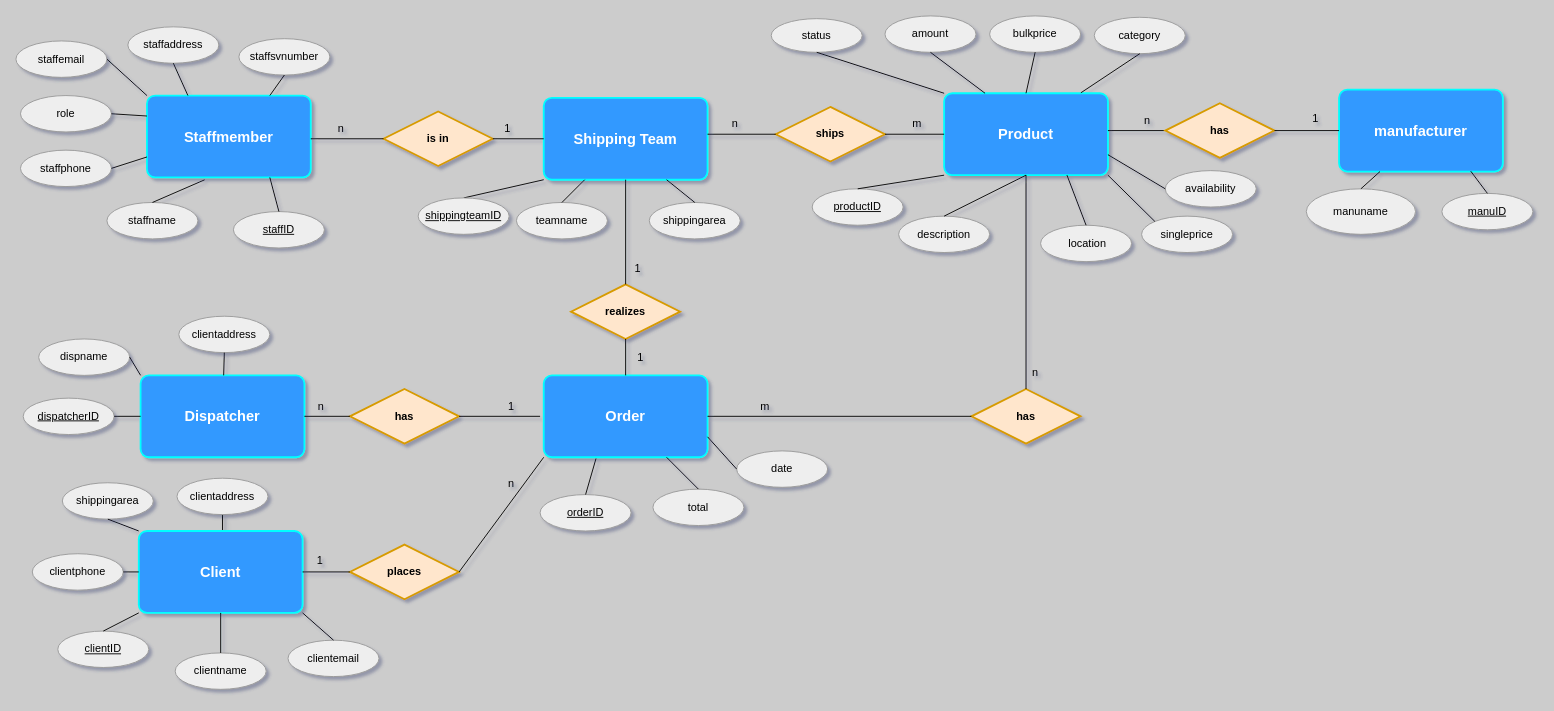
Above: re_diagram.drawio in CodeFactoryWien/WF-Java-05 (draw.io), before the change. Source tidied: cells renumbered, new cells numbered last; positions are measured from the earlier drawing's top-left corner, leaving out a move shared by most shapes. Both pictures are drawn from the tidied source at 91%, with x=0, y=0 at pixel (15, 15).
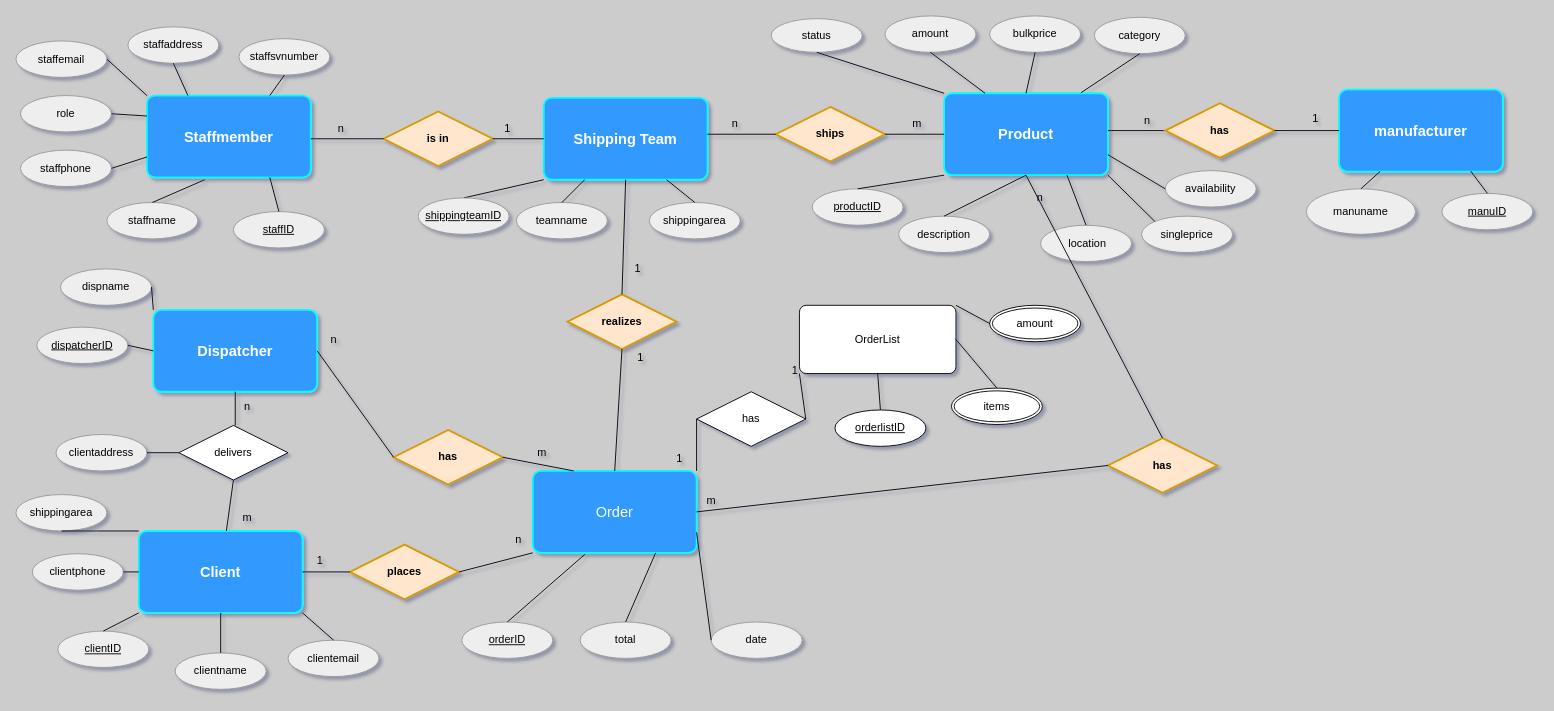
Above is the later version.

Unchanged cells that the change refers to:
```xml
<mxCell id="22" value="Client" style="rounded=1;arcSize=10;whiteSpace=wrap;html=1;align=center;strokeColor=#00FFFF;strokeWidth=2;fillColor=#3399FF;gradientColor=none;fontSize=16;fontColor=#FFFFFF;fontStyle=1;fixDash=0;shadow=0;" parent="1" vertex="1">
  <mxGeometry x="135" y="566" width="180" height="90" as="geometry" />
</mxCell>
```

Diff of the diagram source:
```diff
@@
-    <mxCell id="16" value="&lt;b&gt;Order&lt;/b&gt;" style="rounded=1;arcSize=10;whiteSpace=wrap;html=1;align=center;strokeColor=#00FFFF;strokeWidth=2;fillColor=#3399FF;gradientColor=none;fontSize=16;fontColor=#FFFFFF;fixDash=0;shadow=0;" parent="1" vertex="1">
-      <mxGeometry x="580" y="395" width="180" height="90" as="geometry" />
+    <mxCell id="16" value="Order" style="rounded=1;arcSize=10;whiteSpace=wrap;html=1;align=center;strokeColor=#00FFFF;strokeWidth=2;fillColor=#3399FF;gradientColor=none;fontSize=16;fontColor=#FFFFFF;fixDash=0;shadow=0;" parent="1" vertex="1">
+      <mxGeometry x="568" y="500" width="180" height="90" as="geometry" />
     </mxCell>
@@
     <mxCell id="18" value="total" style="ellipse;whiteSpace=wrap;html=1;align=center;shadow=0;strokeColor=#999999;fillColor=#eeeeee;fixDash=0;" parent="1" vertex="1">
-      <mxGeometry x="700" y="520" width="100" height="40" as="geometry" />
+      <mxGeometry x="620" y="666" width="100" height="40" as="geometry" />
     </mxCell>
     <mxCell id="19" value="date" style="ellipse;whiteSpace=wrap;html=1;align=center;shadow=0;strokeColor=#999999;fillColor=#eeeeee;fixDash=0;" parent="1" vertex="1">
-      <mxGeometry x="792" y="478" width="100" height="40" as="geometry" />
+      <mxGeometry x="764" y="666" width="100" height="40" as="geometry" />
     </mxCell>
     <mxCell id="20" value="&lt;u&gt;orderID&lt;/u&gt;" style="ellipse;whiteSpace=wrap;html=1;align=center;shadow=0;strokeColor=#999999;fillColor=#eeeeee;fixDash=0;" parent="1" vertex="1">
-      <mxGeometry x="576" y="526" width="100" height="40" as="geometry" />
+      <mxGeometry x="490" y="666" width="100" height="40" as="geometry" />
     </mxCell>
-    <mxCell id="21" style="edgeStyle=orthogonalEdgeStyle;rounded=0;jettySize=auto;html=1;exitX=0.5;exitY=0;exitDx=0;exitDy=0;entryX=0.5;entryY=1;entryDx=0;entryDy=0;shadow=1;fontSize=16;fontColor=#FFFFFF;endArrow=none;endFill=0;" parent="1" edge="1" source="22" target="109">
-      <mxGeometry relative="1" as="geometry" />
-    </mxCell>
@@
     <mxCell id="25" value="clientaddress" style="ellipse;whiteSpace=wrap;html=1;align=center;shadow=0;strokeColor=#999999;fillColor=#eeeeee;fixDash=0;" parent="1" vertex="1">
-      <mxGeometry x="179" y="330" width="100" height="40" as="geometry" />
+      <mxGeometry x="44" y="460" width="100" height="40" as="geometry" />
     </mxCell>
@@
     <mxCell id="29" value="shippingarea" style="ellipse;whiteSpace=wrap;html=1;align=center;shadow=0;strokeColor=#999999;fillColor=#eeeeee;fixDash=0;" parent="1" vertex="1">
-      <mxGeometry x="51" y="513" width="100" height="40" as="geometry" />
+      <mxGeometry y="526" width="100" height="40" as="geometry" />
     </mxCell>
     <mxCell id="30" value="Dispatcher" style="rounded=1;arcSize=10;whiteSpace=wrap;html=1;align=center;strokeColor=#00FFFF;strokeWidth=2;fillColor=#3399FF;gradientColor=none;fontStyle=1;fontSize=16;fontColor=#FFFFFF;fixDash=0;shadow=0;" parent="1" vertex="1">
-      <mxGeometry x="137" y="395" width="180" height="90" as="geometry" />
+      <mxGeometry x="151" y="323" width="180" height="90" as="geometry" />
     </mxCell>
@@
     <mxCell id="32" value="&lt;u&gt;dispatcherID&lt;/u&gt;" style="ellipse;whiteSpace=wrap;html=1;align=center;shadow=0;strokeColor=#999999;fillColor=#eeeeee;fixDash=0;" parent="1" vertex="1">
-      <mxGeometry x="8" y="420" width="100" height="40" as="geometry" />
+      <mxGeometry x="23" y="342" width="100" height="40" as="geometry" />
     </mxCell>
     <mxCell id="33" value="dispname" style="ellipse;whiteSpace=wrap;html=1;align=center;shadow=0;strokeColor=#999999;fillColor=#eeeeee;fixDash=0;" parent="1" vertex="1">
-      <mxGeometry x="25" y="355" width="100" height="40" as="geometry" />
+      <mxGeometry x="49" y="278" width="100" height="40" as="geometry" />
     </mxCell>
@@
     <mxCell id="70" value="realizes" style="shape=rhombus;perimeter=rhombusPerimeter;whiteSpace=wrap;html=1;align=center;strokeColor=#d79b00;strokeWidth=2;fillColor=#ffe6cc;fontStyle=1;fixDash=0;shadow=0;" parent="1" vertex="1">
-      <mxGeometry x="610" y="295" width="120" height="60" as="geometry" />
+      <mxGeometry x="606" y="306" width="120" height="60" as="geometry" />
     </mxCell>
@@
     <mxCell id="77" value="has" style="shape=rhombus;perimeter=rhombusPerimeter;whiteSpace=wrap;html=1;align=center;strokeColor=#d79b00;strokeWidth=2;fillColor=#ffe6cc;fontStyle=1;fixDash=0;shadow=0;" parent="1" vertex="1">
-      <mxGeometry x="1050" y="410" width="120" height="60" as="geometry" />
+      <mxGeometry x="1200" y="464" width="120" height="60" as="geometry" />
     </mxCell>
@@
     <mxCell id="81" value="m" style="text;html=1;align=center;verticalAlign=middle;fixDash=0;shadow=0;" parent="1" vertex="1">
-      <mxGeometry x="813" y="421" width="20" height="18" as="geometry" />
+      <mxGeometry x="754" y="524" width="20" height="18" as="geometry" />
     </mxCell>
     <mxCell id="82" value="n" style="text;html=1;align=center;verticalAlign=middle;fixDash=0;shadow=0;" parent="1" vertex="1">
-      <mxGeometry x="1110" y="382" width="20" height="20" as="geometry" />
+      <mxGeometry x="1115" y="190" width="20" height="20" as="geometry" />
     </mxCell>
@@
     <mxCell id="85" value="n" style="text;html=1;align=center;verticalAlign=middle;fixDash=0;shadow=0;" parent="1" vertex="1">
-      <mxGeometry x="534" y="504" width="20" height="20" as="geometry" />
+      <mxGeometry x="542" y="566" width="20" height="20" as="geometry" />
     </mxCell>
@@
     <mxCell id="89" value="has" style="shape=rhombus;perimeter=rhombusPerimeter;whiteSpace=wrap;html=1;align=center;strokeColor=#d79b00;strokeWidth=2;fillColor=#ffe6cc;fontStyle=1;fixDash=0;shadow=0;" parent="1" vertex="1">
-      <mxGeometry x="367" y="410" width="120" height="60" as="geometry" />
+      <mxGeometry x="415" y="455" width="120" height="60" as="geometry" />
     </mxCell>
@@
-    <mxCell id="91" style="endArrow=none;html=1;rounded=0;exitX=1;exitY=0.5;exitDx=0;exitDy=0;fixDash=0;shadow=0;" parent="1" edge="1" source="89">
-      <mxGeometry relative="1" as="geometry">
-        <mxPoint x="576" y="440" as="targetPoint" />
-      </mxGeometry>
+    <mxCell id="91" style="endArrow=none;html=1;rounded=0;exitX=1;exitY=0.5;exitDx=0;exitDy=0;fixDash=0;shadow=0;entryX=0.25;entryY=0;entryDx=0;entryDy=0;" parent="1" edge="1" source="89" target="16">
+      <mxGeometry relative="1" as="geometry" />
     </mxCell>
@@
-    <mxCell id="93" value="1" style="text;html=1;align=center;verticalAlign=middle;fixDash=0;shadow=0;" parent="1" vertex="1">
-      <mxGeometry x="534" y="420" width="20" height="20" as="geometry" />
+    <mxCell id="93" value="m" style="text;html=1;align=center;verticalAlign=middle;fixDash=0;shadow=0;" parent="1" vertex="1">
+      <mxGeometry x="568" y="471" width="20" height="18" as="geometry" />
     </mxCell>
     <mxCell id="94" value="n" style="text;html=1;align=center;verticalAlign=middle;fixDash=0;shadow=0;" parent="1" vertex="1">
-      <mxGeometry x="325" y="420" width="20" height="20" as="geometry" />
+      <mxGeometry x="339" y="346" width="20" height="20" as="geometry" />
     </mxCell>
-    <mxCell id="95" style="endArrow=none;html=1;rounded=0;entryX=0.5;entryY=1;entryDx=0;entryDy=0;fixDash=0;shadow=0;" parent="1" edge="1" source="30" target="25">
-      <mxGeometry relative="1" as="geometry" />
-    </mxCell>
@@
-    <mxCell id="109" value="clientaddress" style="ellipse;whiteSpace=wrap;html=1;align=center;shadow=0;strokeColor=#999999;fillColor=#eeeeee;fixDash=0;" parent="1" vertex="1">
-      <mxGeometry x="177" y="508" width="100" height="40" as="geometry" />
-    </mxCell>
+    <mxCell id="110" value="delivers" style="shape=rhombus;perimeter=rhombusPerimeter;whiteSpace=wrap;html=1;align=center;" parent="1" vertex="1">
+      <mxGeometry x="179" y="450" width="120" height="60" as="geometry" />
+    </mxCell>
+    <mxCell id="111" style="endArrow=none;html=1;rounded=0;exitX=1;exitY=0.5;exitDx=0;exitDy=0;entryX=0;entryY=0.5;entryDx=0;entryDy=0;" parent="1" edge="1" source="25" target="110">
+      <mxGeometry relative="1" as="geometry" />
+    </mxCell>
+    <mxCell id="112" style="endArrow=none;html=1;rounded=0;exitX=0.5;exitY=1;exitDx=0;exitDy=0;entryX=0.517;entryY=0;entryDx=0;entryDy=0;entryPerimeter=0;" parent="1" edge="1" source="30" target="110">
+      <mxGeometry relative="1" as="geometry" />
+    </mxCell>
+    <mxCell id="113" style="endArrow=none;html=1;rounded=0;exitX=0.5;exitY=1;exitDx=0;exitDy=0;" parent="1" edge="1" source="110" target="22">
+      <mxGeometry relative="1" as="geometry" />
+    </mxCell>
+    <mxCell id="114" value="n" style="text;html=1;align=center;verticalAlign=middle;" parent="1" vertex="1">
+      <mxGeometry x="245" y="420" width="17" height="18" as="geometry" />
+    </mxCell>
+    <mxCell id="115" value="m" style="text;html=1;align=center;verticalAlign=middle;" parent="1" vertex="1">
+      <mxGeometry x="244" y="542" width="20" height="18" as="geometry" />
+    </mxCell>
+    <mxCell id="116" value="OrderList" style="rounded=1;arcSize=10;whiteSpace=wrap;html=1;align=center;" parent="1" vertex="1">
+      <mxGeometry x="861" y="318" width="172" height="75" as="geometry" />
+    </mxCell>
+    <mxCell id="117" value="has" style="shape=rhombus;perimeter=rhombusPerimeter;whiteSpace=wrap;html=1;align=center;" parent="1" vertex="1">
+      <mxGeometry x="748" y="413" width="120" height="60" as="geometry" />
+    </mxCell>
+    <mxCell id="118" style="endArrow=none;html=1;rounded=0;exitX=1;exitY=0;exitDx=0;exitDy=0;entryX=0;entryY=0.5;entryDx=0;entryDy=0;" parent="1" edge="1" source="16" target="117">
+      <mxGeometry relative="1" as="geometry" />
+    </mxCell>
+    <mxCell id="119" style="endArrow=none;html=1;rounded=0;exitX=1;exitY=0.5;exitDx=0;exitDy=0;entryX=0;entryY=1;entryDx=0;entryDy=0;" parent="1" edge="1" source="117" target="116">
+      <mxGeometry relative="1" as="geometry" />
+    </mxCell>
+    <mxCell id="120" value="1" style="text;html=1;align=center;verticalAlign=middle;" parent="1" vertex="1">
+      <mxGeometry x="720" y="478" width="17" height="18" as="geometry" />
+    </mxCell>
+    <mxCell id="121" value="1" style="text;html=1;align=center;verticalAlign=middle;" parent="1" vertex="1">
+      <mxGeometry x="847" y="381" width="17" height="18" as="geometry" />
+    </mxCell>
+    <mxCell id="122" value="orderlistID" style="ellipse;whiteSpace=wrap;html=1;align=center;fontStyle=4;" parent="1" vertex="1">
+      <mxGeometry x="900" y="433" width="100" height="40" as="geometry" />
+    </mxCell>
+    <mxCell id="123" value="items" style="ellipse;shape=doubleEllipse;margin=3;whiteSpace=wrap;html=1;align=center;" parent="1" vertex="1">
+      <mxGeometry x="1028" y="409" width="100" height="40" as="geometry" />
+    </mxCell>
+    <mxCell id="124" value="amount" style="ellipse;shape=doubleEllipse;margin=3;whiteSpace=wrap;html=1;align=center;" parent="1" vertex="1">
+      <mxGeometry x="1070" y="318" width="100" height="40" as="geometry" />
+    </mxCell>
+    <mxCell id="125" style="endArrow=none;html=1;rounded=0;exitX=0.5;exitY=0;exitDx=0;exitDy=0;entryX=0.5;entryY=1;entryDx=0;entryDy=0;" parent="1" edge="1" source="122" target="116">
+      <mxGeometry relative="1" as="geometry" />
+    </mxCell>
+    <mxCell id="126" style="endArrow=none;html=1;rounded=0;exitX=0.5;exitY=0;exitDx=0;exitDy=0;entryX=1;entryY=0.5;entryDx=0;entryDy=0;" parent="1" edge="1" source="123" target="116">
+      <mxGeometry relative="1" as="geometry" />
+    </mxCell>
+    <mxCell id="127" style="endArrow=none;html=1;rounded=0;exitX=1;exitY=0;exitDx=0;exitDy=0;entryX=0;entryY=0.5;entryDx=0;entryDy=0;" parent="1" edge="1" source="116" target="124">
+      <mxGeometry relative="1" as="geometry" />
+    </mxCell>
```
